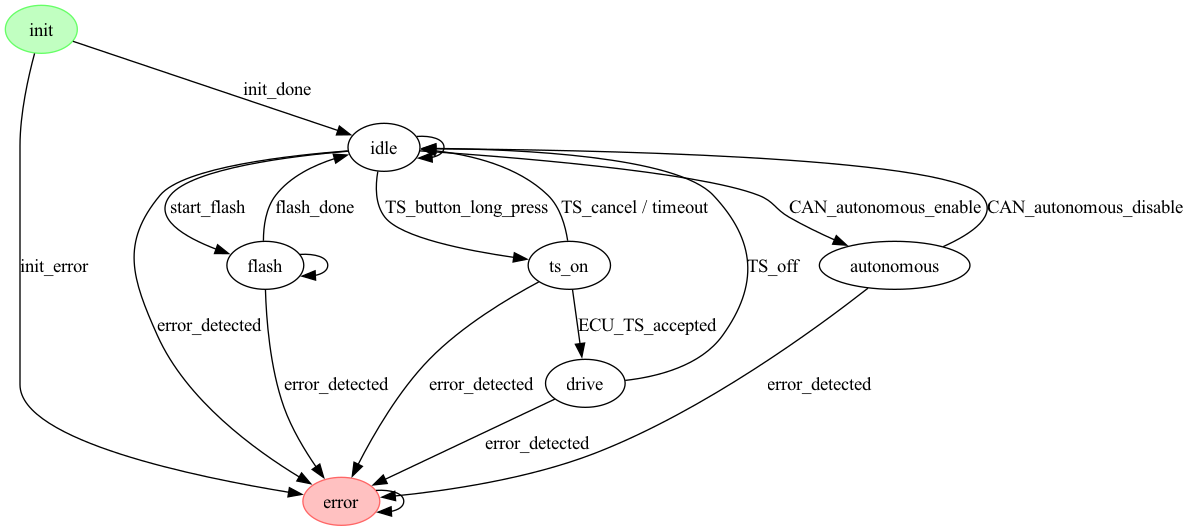
Before: assets/fsm/fsm.png, a diagram exported from Graphviz (eagletrt/steering-wheel-sw). Its source is kept beside it as assets/fsm/fsm.dot. Source of this version:
```dot
digraph "steering_wheel_fsm" {
    bgcolor="white"
    layout="dot"
    center=true
    concentrate=false

    init [
        style="filled"
        color="#66ff66"
        fillcolor="#c1ffc1"
    ]

    idle
    flash

    error [
        style="filled"
        color="#ff6666"
        fillcolor="#ffc1c1"
    ]

    ts_on
    drive
    autonomous

    init -> idle  [label="init_done"]
    init -> error [label="init_error"]

    idle -> ts_on        [label="ts_on_request"]
    idle -> autonomous  [label="autonomous_enable"]
    idle -> flash       [label="start_flash"]
    idle -> error       [label="error_detected"]
    idle -> idle

    ts_on -> drive [label="ts_on_accepted"]
    ts_on -> idle  [label="ts_cancel"]
    ts_on -> error [label="error_detected"]

    drive -> idle  [label="ts_off"]
    drive -> error [label="error_detected"]

    autonomous -> idle  [label="autonomous_disable"]
    autonomous -> error [label="error_detected"]

    flash -> flash
    flash -> idle  [label="flash_done"]
    flash -> error [label="error_detected"]

    error -> error
}
```
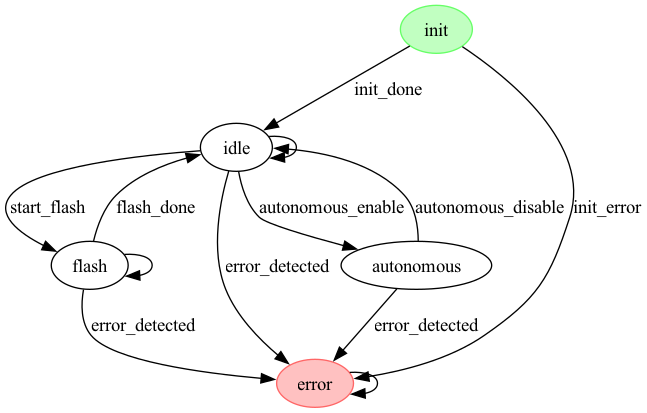
The same file after the commit.

Change to the diagram source:
```diff
@@ -19,25 +19,15 @@
         fillcolor="#ffc1c1"
     ]
 
-    ts_on
-    drive
     autonomous
 
     init -> idle  [label="init_done"]
     init -> error [label="init_error"]
 
-    idle -> ts_on        [label="ts_on_request"]
     idle -> autonomous  [label="autonomous_enable"]
     idle -> flash       [label="start_flash"]
     idle -> error       [label="error_detected"]
     idle -> idle
-
-    ts_on -> drive [label="ts_on_accepted"]
-    ts_on -> idle  [label="ts_cancel"]
-    ts_on -> error [label="error_detected"]
-
-    drive -> idle  [label="ts_off"]
-    drive -> error [label="error_detected"]
 
     autonomous -> idle  [label="autonomous_disable"]
     autonomous -> error [label="error_detected"]
```
